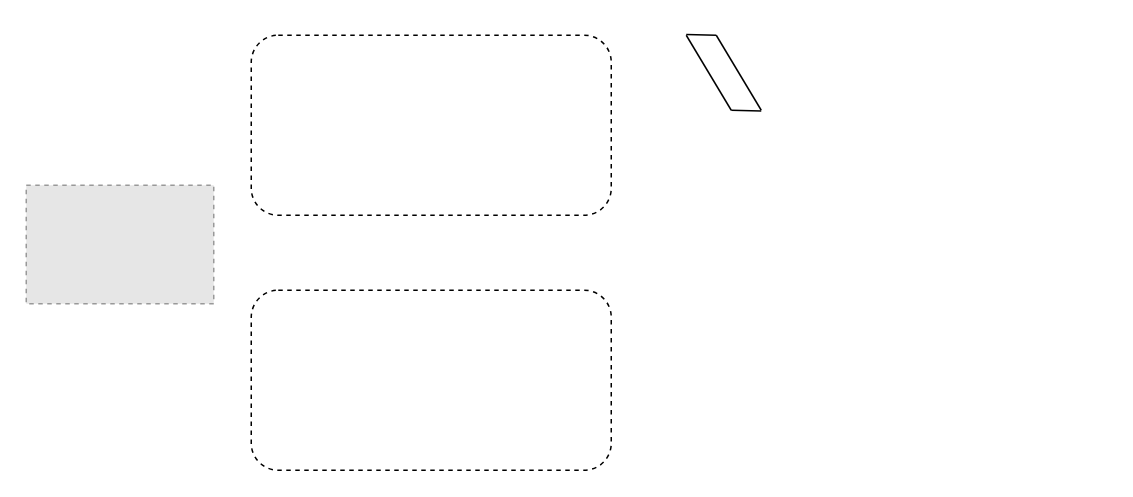
Above: GAN.drawio in Gavinic/Algorithms (draw.io), before the change. Source tidied: cells renumbered, new cells numbered last; positions are measured from the earlier drawing's top-left corner, leaving out a move shared by most shapes. Both pictures are drawn from the tidied source at 150%, with x=0, y=0 at pixel (26, 34). Pictures stored in the file or linked from it are replaced by grey dashed boxes.
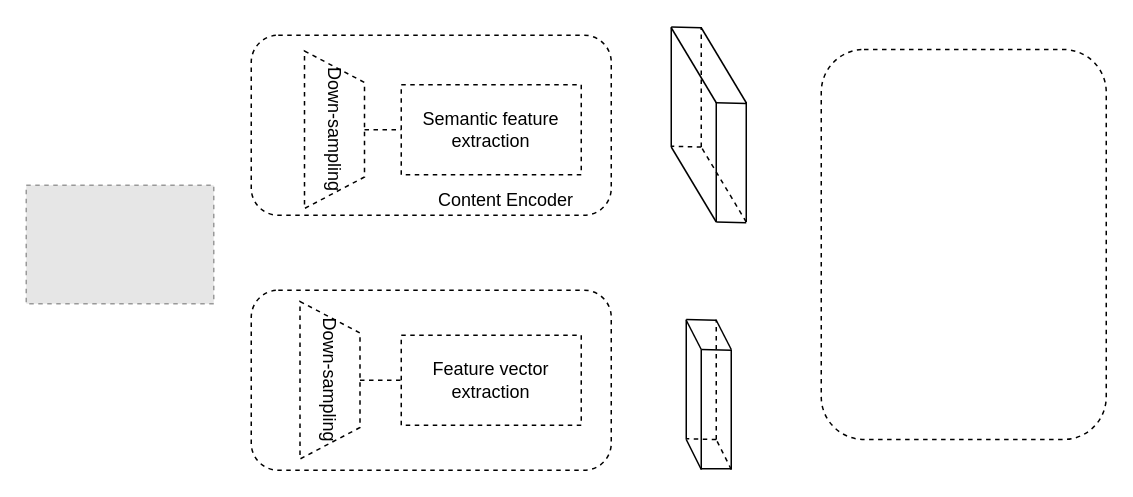
Above is the later version.

The edit, as a diff of the source:
```diff
@@
-    <mxCell id="5" style="endArrow=none;html=1;" parent="1" edge="1">
+    <mxCell id="5" style="endArrow=none;html=1;shadow=0;" parent="1" edge="1">
       <mxGeometry relative="1" as="geometry">
-        <mxPoint x="460" as="sourcePoint" />
-        <mxPoint x="440" y="-0.5" as="targetPoint" />
+        <mxPoint x="450" y="-5" as="sourcePoint" />
+        <mxPoint x="430" y="-5.5" as="targetPoint" />
       </mxGeometry>
     </mxCell>
-    <mxCell id="6" style="endArrow=none;html=1;" parent="1" edge="1">
+    <mxCell id="6" style="endArrow=none;html=1;shadow=0;" parent="1" edge="1">
       <mxGeometry relative="1" as="geometry">
-        <mxPoint x="470" y="50" as="sourcePoint" />
-        <mxPoint x="440" as="targetPoint" />
+        <mxPoint x="460" y="45" as="sourcePoint" />
+        <mxPoint x="430" y="-5" as="targetPoint" />
       </mxGeometry>
     </mxCell>
-    <mxCell id="7" style="endArrow=none;html=1;" parent="1" edge="1">
+    <mxCell id="7" style="endArrow=none;html=1;shadow=0;" parent="1" edge="1">
       <mxGeometry relative="1" as="geometry">
-        <mxPoint x="490" y="50.5" as="sourcePoint" />
-        <mxPoint x="470" y="50" as="targetPoint" />
+        <mxPoint x="480" y="45.5" as="sourcePoint" />
+        <mxPoint x="460" y="45" as="targetPoint" />
       </mxGeometry>
     </mxCell>
-    <mxCell id="8" style="endArrow=none;html=1;" parent="1" edge="1">
+    <mxCell id="8" style="endArrow=none;html=1;shadow=0;" parent="1" edge="1">
       <mxGeometry relative="1" as="geometry">
-        <mxPoint x="490" y="50" as="sourcePoint" />
-        <mxPoint x="460" as="targetPoint" />
+        <mxPoint x="480" y="45" as="sourcePoint" />
+        <mxPoint x="450" y="-5" as="targetPoint" />
       </mxGeometry>
     </mxCell>
+    <mxCell id="9" style="endArrow=none;html=1;shadow=0;" parent="1" edge="1">
+      <mxGeometry relative="1" as="geometry">
+        <mxPoint x="430" y="74.5" as="sourcePoint" />
+        <mxPoint x="430" y="-5.5" as="targetPoint" />
+      </mxGeometry>
+    </mxCell>
+    <mxCell id="10" style="endArrow=none;html=1;shadow=0;" parent="1" edge="1">
+      <mxGeometry relative="1" as="geometry">
+        <mxPoint x="460" y="124.5" as="sourcePoint" />
+        <mxPoint x="460" y="44.5" as="targetPoint" />
+      </mxGeometry>
+    </mxCell>
+    <mxCell id="11" style="endArrow=none;html=1;shadow=0;" parent="1" edge="1">
+      <mxGeometry relative="1" as="geometry">
+        <mxPoint x="460" y="124.5" as="sourcePoint" />
+        <mxPoint x="430" y="74.5" as="targetPoint" />
+      </mxGeometry>
+    </mxCell>
+    <mxCell id="12" style="endArrow=none;html=1;shadow=0;" parent="1" edge="1">
+      <mxGeometry relative="1" as="geometry">
+        <mxPoint x="480" y="124.5" as="sourcePoint" />
+        <mxPoint x="480" y="44.5" as="targetPoint" />
+      </mxGeometry>
+    </mxCell>
+    <mxCell id="13" style="endArrow=none;html=1;shadow=0;" parent="1" edge="1">
+      <mxGeometry relative="1" as="geometry">
+        <mxPoint x="480" y="125" as="sourcePoint" />
+        <mxPoint x="460" y="124.5" as="targetPoint" />
+      </mxGeometry>
+    </mxCell>
+    <mxCell id="14" style="endArrow=none;html=1;shadow=0;dashed=1;" parent="1" edge="1">
+      <mxGeometry relative="1" as="geometry">
+        <mxPoint x="450" y="74.5" as="sourcePoint" />
+        <mxPoint x="430" y="74" as="targetPoint" />
+      </mxGeometry>
+    </mxCell>
+    <mxCell id="15" style="endArrow=none;html=1;shadow=0;dashed=1;" parent="1" edge="1">
+      <mxGeometry relative="1" as="geometry">
+        <mxPoint x="450" y="74.5" as="sourcePoint" />
+        <mxPoint x="450" y="-5.5" as="targetPoint" />
+      </mxGeometry>
+    </mxCell>
+    <mxCell id="16" style="endArrow=none;html=1;shadow=0;dashed=1;" parent="1" edge="1">
+      <mxGeometry relative="1" as="geometry">
+        <mxPoint x="480" y="124.5" as="sourcePoint" />
+        <mxPoint x="450" y="74.5" as="targetPoint" />
+      </mxGeometry>
+    </mxCell>
+    <mxCell id="17" style="endArrow=none;html=1;shadow=0;" parent="1" edge="1">
+      <mxGeometry relative="1" as="geometry">
+        <mxPoint x="460" y="190" as="sourcePoint" />
+        <mxPoint x="440" y="189.5" as="targetPoint" />
+      </mxGeometry>
+    </mxCell>
+    <mxCell id="18" style="endArrow=none;html=1;shadow=0;" parent="1" edge="1">
+      <mxGeometry relative="1" as="geometry">
+        <mxPoint x="450" y="209.5" as="sourcePoint" />
+        <mxPoint x="440" y="190" as="targetPoint" />
+      </mxGeometry>
+    </mxCell>
+    <mxCell id="19" style="endArrow=none;html=1;shadow=0;" parent="1" edge="1">
+      <mxGeometry relative="1" as="geometry">
+        <mxPoint x="470" y="209.5" as="sourcePoint" />
+        <mxPoint x="460" y="190" as="targetPoint" />
+      </mxGeometry>
+    </mxCell>
+    <mxCell id="20" style="endArrow=none;html=1;shadow=0;" parent="1" edge="1">
+      <mxGeometry relative="1" as="geometry">
+        <mxPoint x="440" y="269.5" as="sourcePoint" />
+        <mxPoint x="440" y="189.5" as="targetPoint" />
+      </mxGeometry>
+    </mxCell>
+    <mxCell id="21" style="endArrow=none;html=1;shadow=0;" parent="1" edge="1">
+      <mxGeometry relative="1" as="geometry">
+        <mxPoint x="450" y="289.5" as="sourcePoint" />
+        <mxPoint x="450" y="209.5" as="targetPoint" />
+      </mxGeometry>
+    </mxCell>
+    <mxCell id="22" style="endArrow=none;html=1;shadow=0;" parent="1" edge="1">
+      <mxGeometry relative="1" as="geometry">
+        <mxPoint x="450" y="289.5" as="sourcePoint" />
+        <mxPoint x="440" y="269.5" as="targetPoint" />
+      </mxGeometry>
+    </mxCell>
+    <mxCell id="23" style="endArrow=none;html=1;shadow=0;" parent="1" edge="1">
+      <mxGeometry relative="1" as="geometry">
+        <mxPoint x="470" y="289.5" as="sourcePoint" />
+        <mxPoint x="470" y="209.5" as="targetPoint" />
+      </mxGeometry>
+    </mxCell>
+    <mxCell id="24" style="endArrow=none;html=1;shadow=0;" parent="1" edge="1">
+      <mxGeometry relative="1" as="geometry">
+        <mxPoint x="470" y="289" as="sourcePoint" />
+        <mxPoint x="450" y="289" as="targetPoint" />
+      </mxGeometry>
+    </mxCell>
+    <mxCell id="25" style="endArrow=none;html=1;shadow=0;dashed=1;" parent="1" edge="1">
+      <mxGeometry relative="1" as="geometry">
+        <mxPoint x="460" y="269.5" as="sourcePoint" />
+        <mxPoint x="440" y="269" as="targetPoint" />
+      </mxGeometry>
+    </mxCell>
+    <mxCell id="26" style="endArrow=none;html=1;shadow=0;dashed=1;" parent="1" edge="1">
+      <mxGeometry relative="1" as="geometry">
+        <mxPoint x="460" y="269.5" as="sourcePoint" />
+        <mxPoint x="460" y="189.5" as="targetPoint" />
+      </mxGeometry>
+    </mxCell>
+    <mxCell id="27" style="endArrow=none;html=1;shadow=0;dashed=1;" parent="1" edge="1">
+      <mxGeometry relative="1" as="geometry">
+        <mxPoint x="470" y="289.5" as="sourcePoint" />
+        <mxPoint x="460" y="269.5" as="targetPoint" />
+      </mxGeometry>
+    </mxCell>
+    <mxCell id="28" style="endArrow=none;html=1;shadow=0;" parent="1" edge="1">
+      <mxGeometry relative="1" as="geometry">
+        <mxPoint x="470" y="210" as="sourcePoint" />
+        <mxPoint x="450" y="209.5" as="targetPoint" />
+      </mxGeometry>
+    </mxCell>
+    <mxCell id="29" style="rounded=1;whiteSpace=wrap;html=1;dashed=1;" parent="1" vertex="1">
+      <mxGeometry x="530" y="9.5" width="190" height="260" as="geometry" />
+    </mxCell>
+    <mxCell id="30" value="Down-sampling" style="shape=trapezoid;perimeter=trapezoidPerimeter;whiteSpace=wrap;html=1;dashed=1;rotation=90;" parent="1" vertex="1">
+      <mxGeometry x="153" y="43" width="105" height="40" as="geometry" />
+    </mxCell>
+    <mxCell id="31" value="Semantic feature extraction" style="rounded=0;whiteSpace=wrap;html=1;dashed=1;" parent="1" vertex="1">
+      <mxGeometry x="250" y="33" width="120" height="60" as="geometry" />
+    </mxCell>
+    <mxCell id="32" style="endArrow=none;dashed=1;html=1;shadow=0;exitX=0.5;exitY=0;exitDx=0;exitDy=0;" parent="1" edge="1" source="30">
+      <mxGeometry relative="1" as="geometry">
+        <mxPoint x="250" y="63" as="targetPoint" />
+      </mxGeometry>
+    </mxCell>
+    <mxCell id="33" value="Content Encoder" style="text;html=1;strokeColor=none;fillColor=none;align=center;verticalAlign=middle;whiteSpace=wrap;rounded=0;dashed=1;" parent="1" vertex="1">
+      <mxGeometry x="270" y="100" width="100" height="20" as="geometry" />
+    </mxCell>
+    <mxCell id="34" value="Down-sampling" style="shape=trapezoid;perimeter=trapezoidPerimeter;whiteSpace=wrap;html=1;dashed=1;rotation=90;" parent="1" vertex="1">
+      <mxGeometry x="150" y="210" width="105" height="40" as="geometry" />
+    </mxCell>
+    <mxCell id="35" value="Feature vector extraction" style="rounded=0;whiteSpace=wrap;html=1;dashed=1;" parent="1" vertex="1">
+      <mxGeometry x="250" y="200" width="120" height="60" as="geometry" />
+    </mxCell>
+    <mxCell id="36" style="endArrow=none;dashed=1;html=1;shadow=0;entryX=0;entryY=0.5;entryDx=0;entryDy=0;exitX=0.5;exitY=0;exitDx=0;exitDy=0;" parent="1" edge="1" source="34" target="35">
+      <mxGeometry relative="1" as="geometry" />
+    </mxCell>
```
